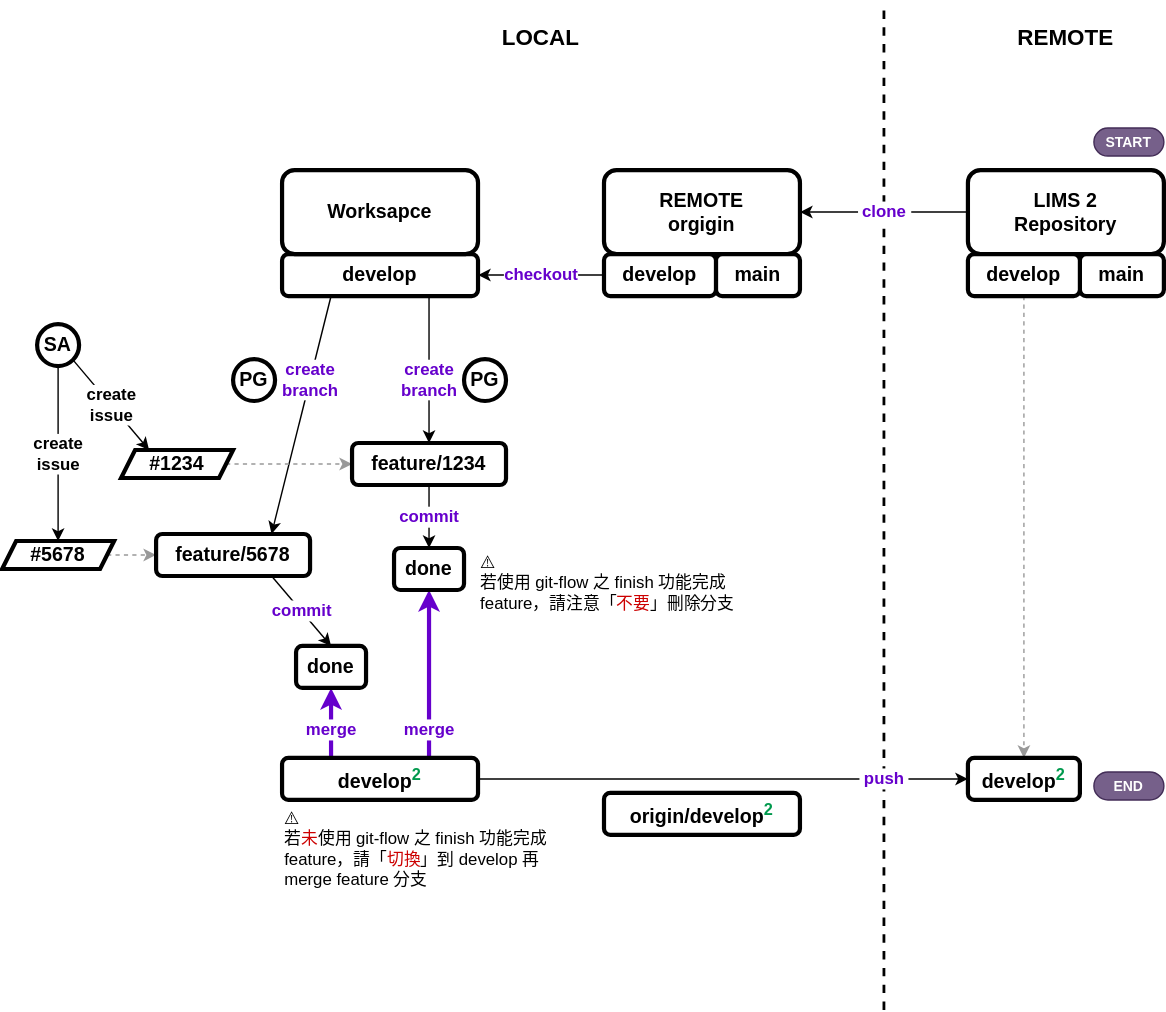
Above: asset/lims-develop.svg in dpi627/SGS.OAD.GitTraining (draw.io), before the change. Source tidied: cells renumbered, new cells last; positions are measured from the earlier drawing's top-left corner, leaving out a move shared by most shapes.
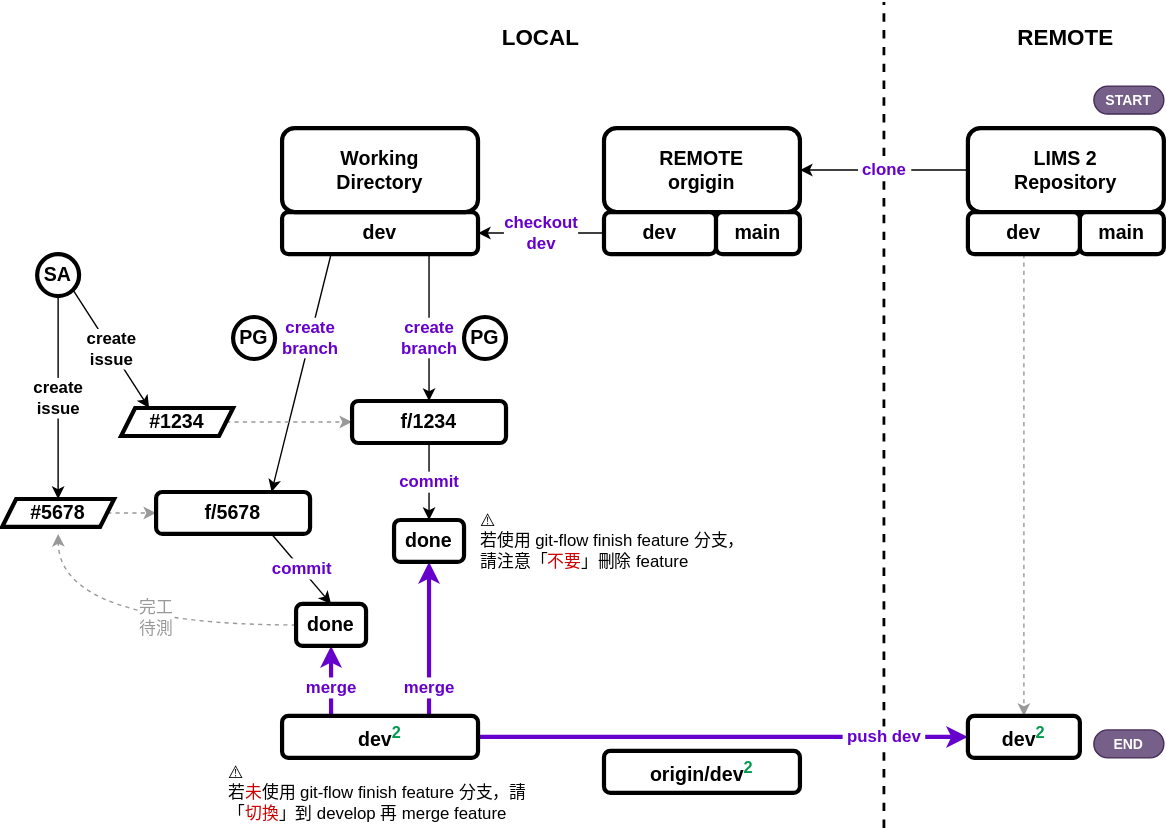
Later version of the same file.

The edit, as a diff of the source:
```diff
@@ -4,8 +4,8 @@
     <mxCell id="1" parent="0" />
     <mxCell id="2" style="endArrow=none;dashed=1;html=1;strokeWidth=2;rounded=0;" parent="1" edge="1">
       <mxGeometry relative="1" as="geometry">
-        <mxPoint x="630" y="720" as="sourcePoint" />
-        <mxPoint x="630" as="targetPoint" />
+        <mxPoint x="630" y="620" as="sourcePoint" />
+        <mxPoint x="630" y="30" as="targetPoint" />
       </mxGeometry>
     </mxCell>
     <mxCell id="3" value="&amp;nbsp;clone&amp;nbsp;" style="edgeStyle=orthogonalEdgeStyle;rounded=0;jettySize=auto;html=1;exitX=0;exitY=0.5;exitDx=0;exitDy=0;fontSize=12;fontStyle=1;entryX=1;entryY=0.5;entryDx=0;entryDy=0;fontColor=#6600CC;" parent="1" edge="1" source="4" target="8">
@@ -17,10 +17,10 @@
     <mxCell id="5" value="main" style="rounded=1;whiteSpace=wrap;html=1;strokeWidth=3;fontSize=14;fontStyle=1;" parent="1" vertex="1">
       <mxGeometry x="770" y="180" width="60" height="30" as="geometry" />
     </mxCell>
-    <mxCell id="6" style="edgeStyle=orthogonalEdgeStyle;rounded=0;jettySize=auto;html=1;exitX=0.5;exitY=1;exitDx=0;exitDy=0;entryX=0.5;entryY=0;entryDx=0;entryDy=0;dashed=1;strokeColor=#999999;" parent="1" edge="1" source="7" target="35">
+    <mxCell id="6" style="edgeStyle=orthogonalEdgeStyle;rounded=0;jettySize=auto;html=1;exitX=0.5;exitY=1;exitDx=0;exitDy=0;entryX=0.5;entryY=0;entryDx=0;entryDy=0;dashed=1;strokeColor=#999999;" parent="1" edge="1" source="7" target="36">
       <mxGeometry relative="1" as="geometry" />
     </mxCell>
-    <mxCell id="7" value="develop" style="rounded=1;whiteSpace=wrap;html=1;strokeWidth=3;fontSize=14;fontStyle=1;" parent="1" vertex="1">
+    <mxCell id="7" value="dev" style="rounded=1;whiteSpace=wrap;html=1;strokeWidth=3;fontSize=14;fontStyle=1;" parent="1" vertex="1">
       <mxGeometry x="690" y="180" width="80" height="30" as="geometry" />
     </mxCell>
     <mxCell id="8" value="&lt;div&gt;REMOTE&lt;/div&gt;orgigin" style="rounded=1;whiteSpace=wrap;html=1;strokeWidth=3;fontSize=14;fontStyle=1;" parent="1" vertex="1">
@@ -29,10 +29,10 @@
     <mxCell id="9" value="main" style="rounded=1;whiteSpace=wrap;html=1;strokeWidth=3;fontSize=14;fontStyle=1;" parent="1" vertex="1">
       <mxGeometry x="510" y="180" width="60" height="30" as="geometry" />
     </mxCell>
-    <mxCell id="10" value="checkout" style="edgeStyle=orthogonalEdgeStyle;rounded=0;jettySize=auto;html=1;exitX=0;exitY=0.5;exitDx=0;exitDy=0;fontSize=12;fontStyle=1;fontColor=#6600CC;" parent="1" edge="1" source="11" target="14">
+    <mxCell id="10" value="checkout&lt;div&gt;dev&lt;/div&gt;" style="edgeStyle=orthogonalEdgeStyle;rounded=0;jettySize=auto;html=1;exitX=0;exitY=0.5;exitDx=0;exitDy=0;fontSize=12;fontStyle=1;fontColor=#6600CC;" parent="1" edge="1" source="11" target="14">
       <mxGeometry relative="1" as="geometry" />
     </mxCell>
-    <mxCell id="11" value="develop" style="rounded=1;whiteSpace=wrap;html=1;strokeWidth=3;fontSize=14;fontStyle=1;" parent="1" vertex="1">
+    <mxCell id="11" value="dev" style="rounded=1;whiteSpace=wrap;html=1;strokeWidth=3;fontSize=14;fontStyle=1;" parent="1" vertex="1">
       <mxGeometry x="430" y="180" width="80" height="30" as="geometry" />
     </mxCell>
     <mxCell id="12" value="create&lt;div style=&quot;font-size: 12px;&quot;&gt;branch&lt;/div&gt;" style="rounded=0;jettySize=auto;html=1;exitX=0.75;exitY=1;exitDx=0;exitDy=0;entryX=0.5;entryY=0;entryDx=0;entryDy=0;fontSize=12;fontStyle=1;fontColor=#6600CC;" parent="1" edge="1" source="14" target="24">
@@ -41,10 +41,10 @@
     <mxCell id="13" value="create&lt;div style=&quot;font-size: 12px;&quot;&gt;branch&lt;/div&gt;" style="rounded=0;jettySize=auto;html=1;exitX=0.25;exitY=1;exitDx=0;exitDy=0;entryX=0.75;entryY=0;entryDx=0;entryDy=0;fontSize=12;fontStyle=1;fontColor=#6600CC;" parent="1" edge="1" source="14" target="26">
       <mxGeometry x="-0.29" relative="1" as="geometry" />
     </mxCell>
-    <mxCell id="14" value="develop" style="rounded=1;whiteSpace=wrap;html=1;strokeWidth=3;fontSize=14;fontStyle=1;" parent="1" vertex="1">
+    <mxCell id="14" value="dev" style="rounded=1;whiteSpace=wrap;html=1;strokeWidth=3;fontSize=14;fontStyle=1;" parent="1" vertex="1">
       <mxGeometry x="200" y="180" width="140" height="30" as="geometry" />
     </mxCell>
-    <mxCell id="15" value="Worksapce" style="rounded=1;whiteSpace=wrap;html=1;strokeWidth=3;fontSize=14;fontStyle=1;" parent="1" vertex="1">
+    <mxCell id="15" value="Working&lt;div&gt;Directory&lt;/div&gt;" style="rounded=1;whiteSpace=wrap;html=1;strokeWidth=3;fontSize=14;fontStyle=1;" parent="1" vertex="1">
       <mxGeometry x="200" y="120" width="140" height="60" as="geometry" />
     </mxCell>
     <mxCell id="16" value="create&lt;div style=&quot;font-size: 12px;&quot;&gt;issue&lt;/div&gt;" style="rounded=0;jettySize=auto;html=1;exitX=1;exitY=1;exitDx=0;exitDy=0;entryX=0.25;entryY=0;entryDx=0;entryDy=0;fontSize=12;fontStyle=1;fontColor=default;" parent="1" edge="1" source="18" target="20">
@@ -54,7 +54,7 @@
       <mxGeometry relative="1" as="geometry" />
     </mxCell>
     <mxCell id="18" value="SA" style="ellipse;whiteSpace=wrap;html=1;fontStyle=1;strokeWidth=3;fontSize=14;" parent="1" vertex="1">
-      <mxGeometry x="25" y="230" width="30" height="30" as="geometry" />
+      <mxGeometry x="25" y="210" width="30" height="30" as="geometry" />
     </mxCell>
     <mxCell id="19" style="edgeStyle=orthogonalEdgeStyle;rounded=0;jettySize=auto;html=1;exitX=1;exitY=0.5;exitDx=0;exitDy=0;entryX=0;entryY=0.5;entryDx=0;entryDy=0;dashed=1;strokeColor=#999999;" parent="1" edge="1" source="20" target="24">
       <mxGeometry relative="1" as="geometry" />
@@ -68,16 +68,16 @@
     <mxCell id="22" value="#5678" style="shape=parallelogram;perimeter=parallelogramPerimeter;whiteSpace=wrap;html=1;fixedSize=1;fontSize=14;fontStyle=1;strokeWidth=3;size=10;" parent="1" vertex="1">
       <mxGeometry y="385" width="80" height="20" as="geometry" />
     </mxCell>
-    <mxCell id="23" value="commit" style="rounded=0;jettySize=auto;html=1;exitX=0.5;exitY=1;exitDx=0;exitDy=0;entryX=0.5;entryY=0;entryDx=0;entryDy=0;fontSize=12;fontStyle=1;fontColor=#6600CC;" parent="1" edge="1" source="24" target="34">
+    <mxCell id="23" value="commit" style="rounded=0;jettySize=auto;html=1;exitX=0.5;exitY=1;exitDx=0;exitDy=0;entryX=0.5;entryY=0;entryDx=0;entryDy=0;fontSize=12;fontStyle=1;fontColor=#6600CC;" parent="1" edge="1" source="24" target="35">
       <mxGeometry relative="1" as="geometry" />
     </mxCell>
-    <mxCell id="24" value="feature/1234" style="rounded=1;whiteSpace=wrap;html=1;strokeWidth=3;fontSize=14;fontStyle=1;" parent="1" vertex="1">
+    <mxCell id="24" value="f/1234" style="rounded=1;whiteSpace=wrap;html=1;strokeWidth=3;fontSize=14;fontStyle=1;" parent="1" vertex="1">
       <mxGeometry x="250" y="315" width="110" height="30" as="geometry" />
     </mxCell>
-    <mxCell id="25" value="commit" style="rounded=0;jettySize=auto;html=1;exitX=0.75;exitY=1;exitDx=0;exitDy=0;entryX=0.5;entryY=0;entryDx=0;entryDy=0;fontSize=12;fontStyle=1;fontColor=#6600CC;" parent="1" edge="1" source="26" target="33">
+    <mxCell id="25" value="commit" style="rounded=0;jettySize=auto;html=1;exitX=0.75;exitY=1;exitDx=0;exitDy=0;entryX=0.5;entryY=0;entryDx=0;entryDy=0;fontSize=12;fontStyle=1;fontColor=#6600CC;" parent="1" edge="1" source="26" target="34">
       <mxGeometry relative="1" as="geometry" />
     </mxCell>
-    <mxCell id="26" value="feature/5678" style="rounded=1;whiteSpace=wrap;html=1;strokeWidth=3;fontSize=14;fontStyle=1;" parent="1" vertex="1">
+    <mxCell id="26" value="f/5678" style="rounded=1;whiteSpace=wrap;html=1;strokeWidth=3;fontSize=14;fontStyle=1;" parent="1" vertex="1">
       <mxGeometry x="110" y="380" width="110" height="30" as="geometry" />
     </mxCell>
     <mxCell id="27" value="PG" style="ellipse;whiteSpace=wrap;html=1;fontStyle=1;strokeWidth=3;fontSize=14;" parent="1" vertex="1">
@@ -86,47 +86,55 @@
     <mxCell id="28" value="PG" style="ellipse;whiteSpace=wrap;html=1;fontStyle=1;strokeWidth=3;fontSize=14;" parent="1" vertex="1">
       <mxGeometry x="165" y="255" width="30" height="30" as="geometry" />
     </mxCell>
-    <mxCell id="29" value="merge" style="rounded=0;jettySize=auto;html=1;exitX=0.75;exitY=0;exitDx=0;exitDy=0;entryX=0.5;entryY=1;entryDx=0;entryDy=0;strokeWidth=3;fontSize=12;fontStyle=1;fontColor=#6600CC;strokeColor=#6600CC;" parent="1" edge="1" source="32" target="34">
-      <mxGeometry x="-0.67" relative="1" as="geometry" />
+    <mxCell id="29" value="merge" style="rounded=0;jettySize=auto;html=1;exitX=0.75;exitY=0;exitDx=0;exitDy=0;entryX=0.5;entryY=1;entryDx=0;entryDy=0;strokeWidth=3;fontSize=12;fontStyle=1;fontColor=#6600CC;strokeColor=#6600CC;" parent="1" edge="1" source="32" target="35">
+      <mxGeometry x="-0.64" relative="1" as="geometry" />
     </mxCell>
-    <mxCell id="30" value="merge" style="rounded=0;jettySize=auto;html=1;exitX=0.25;exitY=0;exitDx=0;exitDy=0;entryX=0.5;entryY=1;entryDx=0;entryDy=0;strokeWidth=3;fontSize=12;fontStyle=1;fontColor=#6600CC;strokeColor=#6600CC;" parent="1" edge="1" source="32" target="33">
+    <mxCell id="30" value="merge" style="rounded=0;jettySize=auto;html=1;exitX=0.25;exitY=0;exitDx=0;exitDy=0;entryX=0.5;entryY=1;entryDx=0;entryDy=0;strokeWidth=3;fontSize=12;fontStyle=1;fontColor=#6600CC;strokeColor=#6600CC;" parent="1" edge="1" source="32" target="34">
       <mxGeometry x="-0.2" relative="1" as="geometry" />
     </mxCell>
-    <mxCell id="31" value="&amp;nbsp;push&amp;nbsp;" style="edgeStyle=orthogonalEdgeStyle;rounded=0;jettySize=auto;html=1;exitX=1;exitY=0.5;exitDx=0;exitDy=0;entryX=0;entryY=0.5;entryDx=0;entryDy=0;fontSize=12;fontStyle=1;fontColor=#6600CC;" parent="1" edge="1" source="32" target="35">
+    <mxCell id="31" value="&amp;nbsp;push dev&amp;nbsp;" style="edgeStyle=orthogonalEdgeStyle;rounded=0;jettySize=auto;html=1;exitX=1;exitY=0.5;exitDx=0;exitDy=0;entryX=0;entryY=0.5;entryDx=0;entryDy=0;fontSize=12;fontStyle=1;fontColor=#6600CC;strokeColor=#6600CC;strokeWidth=3;align=center;verticalAlign=middle;fontFamily=Helvetica;labelBackgroundColor=default;endArrow=classic;" parent="1" edge="1" source="32" target="36">
       <mxGeometry x="0.66" relative="1" as="geometry" />
     </mxCell>
-    <mxCell id="32" value="develop&lt;sup&gt;&lt;font color=&quot;#00994d&quot;&gt;2&lt;/font&gt;&lt;/sup&gt;" style="rounded=1;whiteSpace=wrap;html=1;strokeWidth=3;fontSize=14;fontStyle=1;" parent="1" vertex="1">
+    <mxCell id="32" value="dev&lt;sup&gt;&lt;font color=&quot;#00994d&quot;&gt;2&lt;/font&gt;&lt;/sup&gt;" style="rounded=1;whiteSpace=wrap;html=1;strokeWidth=3;fontSize=14;fontStyle=1;" parent="1" vertex="1">
       <mxGeometry x="200" y="540" width="140" height="30" as="geometry" />
     </mxCell>
-    <mxCell id="33" value="done" style="rounded=1;whiteSpace=wrap;html=1;strokeWidth=3;fontSize=14;fontStyle=1;" parent="1" vertex="1">
-      <mxGeometry x="210" y="460" width="50" height="30" as="geometry" />
+    <mxCell id="33" value="完工&lt;div&gt;待測&lt;/div&gt;" style="edgeStyle=orthogonalEdgeStyle;rounded=0;jettySize=auto;html=1;exitX=0;exitY=0.5;exitDx=0;exitDy=0;dashed=1;strokeColor=#999999;align=center;verticalAlign=middle;fontFamily=Helvetica;fontSize=12;fontColor=#999999;labelBackgroundColor=default;endArrow=classic;curved=1;" parent="1" edge="1" source="34">
+      <mxGeometry x="-0.15" y="-5" relative="1" as="geometry">
+        <mxPoint x="40" y="410" as="targetPoint" />
+        <Array as="points">
+          <mxPoint x="41" y="475" />
+        </Array>
+      </mxGeometry>
     </mxCell>
     <mxCell id="34" value="done" style="rounded=1;whiteSpace=wrap;html=1;strokeWidth=3;fontSize=14;fontStyle=1;" parent="1" vertex="1">
-      <mxGeometry x="280" y="390" width="50" height="30" as="geometry" />
+      <mxGeometry x="210" y="460" width="50" height="30" as="geometry" />
     </mxCell>
-    <mxCell id="35" value="develop&lt;sup&gt;&lt;font color=&quot;#00994d&quot;&gt;2&lt;/font&gt;&lt;/sup&gt;" style="rounded=1;whiteSpace=wrap;html=1;strokeWidth=3;fontSize=14;fontStyle=1;" parent="1" vertex="1">
-      <mxGeometry x="690" y="540" width="80" height="30" as="geometry" />
+    <mxCell id="35" value="done" style="rounded=1;whiteSpace=wrap;html=1;strokeWidth=3;fontSize=14;fontStyle=1;" parent="1" vertex="1">
+      <mxGeometry x="280" y="400" width="50" height="30" as="geometry" />
     </mxCell>
-    <mxCell id="36" value="⚠️&lt;br&gt;若使用 git-flow 之 finish 功能完成 feature，請注意「&lt;font color=&quot;#cc0000&quot;&gt;不要&lt;/font&gt;」刪除分支" style="text;html=1;align=left;verticalAlign=middle;whiteSpace=wrap;rounded=0;" parent="1" vertex="1">
-      <mxGeometry x="340" y="390" width="190" height="50" as="geometry" />
+    <mxCell id="36" value="dev&lt;sup&gt;&lt;font color=&quot;#00994d&quot;&gt;2&lt;/font&gt;&lt;/sup&gt;" style="rounded=1;whiteSpace=wrap;html=1;strokeWidth=3;fontSize=14;fontStyle=1;" parent="1" vertex="1">
+      <mxGeometry x="690" y="540" width="80" height="30" as="geometry" />
     </mxCell>
-    <mxCell id="37" value="⚠️&lt;br&gt;若&lt;font color=&quot;#cc0000&quot;&gt;未&lt;/font&gt;使用 git-flow 之 finish 功能完成 feature，請「&lt;font color=&quot;#cc0000&quot;&gt;切換&lt;/font&gt;」到 develop 再 merge feature 分支" style="text;html=1;align=left;verticalAlign=middle;whiteSpace=wrap;rounded=0;" parent="1" vertex="1">
-      <mxGeometry x="200" y="580" width="190" height="50" as="geometry" />
+    <mxCell id="37" value="⚠️&lt;br&gt;若使用 git-flow finish feature 分支，請注意「&lt;font color=&quot;#cc0000&quot;&gt;不要&lt;/font&gt;」刪除 feature" style="text;html=1;align=left;verticalAlign=middle;whiteSpace=wrap;rounded=0;" parent="1" vertex="1">
+      <mxGeometry x="340" y="390" width="200" height="50" as="geometry" />
     </mxCell>
-    <mxCell id="38" value="START" style="rounded=1;whiteSpace=wrap;html=1;arcSize=50;fontSize=10;fillColor=#76608a;fontColor=#ffffff;strokeColor=#432D57;fontStyle=1;" parent="1" vertex="1">
-      <mxGeometry x="780" y="90" width="50" height="20" as="geometry" />
+    <mxCell id="38" value="⚠️&lt;br&gt;若&lt;font color=&quot;#cc0000&quot;&gt;未&lt;/font&gt;使用 git-flow finish feature 分支，請「&lt;font color=&quot;#cc0000&quot;&gt;切換&lt;/font&gt;」到 develop 再 merge feature" style="text;html=1;align=left;verticalAlign=middle;whiteSpace=wrap;rounded=0;" parent="1" vertex="1">
+      <mxGeometry x="160" y="570" width="220" height="50" as="geometry" />
     </mxCell>
-    <mxCell id="39" value="END" style="rounded=1;whiteSpace=wrap;html=1;arcSize=50;fontSize=10;fillColor=#76608a;fontColor=#ffffff;strokeColor=#432D57;fontStyle=1;" parent="1" vertex="1">
-      <mxGeometry x="780" y="550" width="50" height="20" as="geometry" />
+    <mxCell id="39" value="START" style="rounded=1;whiteSpace=wrap;html=1;arcSize=50;fontSize=10;fillColor=#76608a;fontColor=#ffffff;strokeColor=#432D57;fontStyle=1;" parent="1" vertex="1">
+      <mxGeometry x="780" y="90" width="50" height="20" as="geometry" />
     </mxCell>
-    <mxCell id="40" value="LOCAL" style="text;html=1;align=center;verticalAlign=middle;whiteSpace=wrap;rounded=0;fontStyle=1;fontSize=16;" parent="1" vertex="1">
-      <mxGeometry x="340" y="10" width="90" height="30" as="geometry" />
+    <mxCell id="40" value="END" style="rounded=1;whiteSpace=wrap;html=1;arcSize=50;fontSize=10;fillColor=#76608a;fontColor=#ffffff;strokeColor=#432D57;fontStyle=1;" parent="1" vertex="1">
+      <mxGeometry x="780" y="550" width="50" height="20" as="geometry" />
     </mxCell>
-    <mxCell id="41" value="REMOTE" style="text;html=1;align=center;verticalAlign=middle;whiteSpace=wrap;rounded=0;fontStyle=1;fontSize=16;" parent="1" vertex="1">
-      <mxGeometry x="715" y="10" width="90" height="30" as="geometry" />
+    <mxCell id="41" value="LOCAL" style="text;html=1;align=center;verticalAlign=middle;whiteSpace=wrap;rounded=0;fontStyle=1;fontSize=16;" parent="1" vertex="1">
+      <mxGeometry x="340" y="40" width="90" height="30" as="geometry" />
     </mxCell>
-    <mxCell id="42" value="origin/develop&lt;sup&gt;&lt;font color=&quot;#00994d&quot;&gt;2&lt;/font&gt;&lt;/sup&gt;" style="rounded=1;whiteSpace=wrap;html=1;strokeWidth=3;fontSize=14;fontStyle=1;" parent="1" vertex="1">
-      <mxGeometry x="430" y="565" width="140" height="30" as="geometry" />
+    <mxCell id="42" value="REMOTE" style="text;html=1;align=center;verticalAlign=middle;whiteSpace=wrap;rounded=0;fontStyle=1;fontSize=16;" parent="1" vertex="1">
+      <mxGeometry x="715" y="40" width="90" height="30" as="geometry" />
     </mxCell>
+    <mxCell id="43" value="origin/dev&lt;sup&gt;&lt;font color=&quot;#00994d&quot;&gt;2&lt;/font&gt;&lt;/sup&gt;" style="rounded=1;whiteSpace=wrap;html=1;strokeWidth=3;fontSize=14;fontStyle=1;" parent="1" vertex="1">
+      <mxGeometry x="430" y="565" width="140" height="30" as="geometry" />
+    </mxCell>
   </root>
 </mxGraphModel>
```
